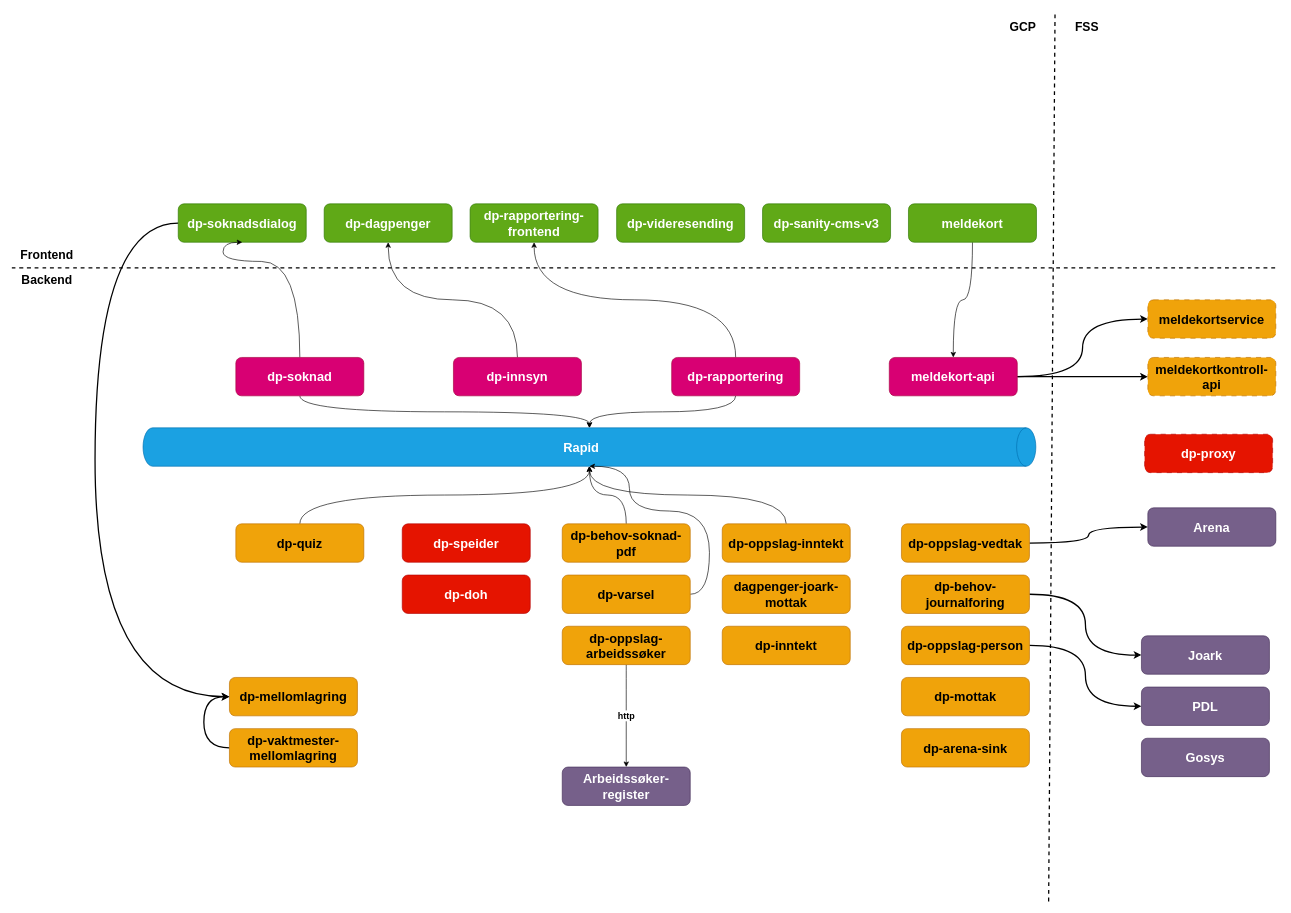
This is docs/innbyggerflater/overordnet-arkitektur.drawio from navikt/dp-dokumentasjon, a draw.io file, before an edit. Source tidied: cells renumbered, new cells numbered last; positions are measured from the earlier drawing's top-left corner, leaving out a move shared by most shapes. Both pictures are drawn from the tidied source at 64%, with x=0, y=0 at pixel (12, 0).
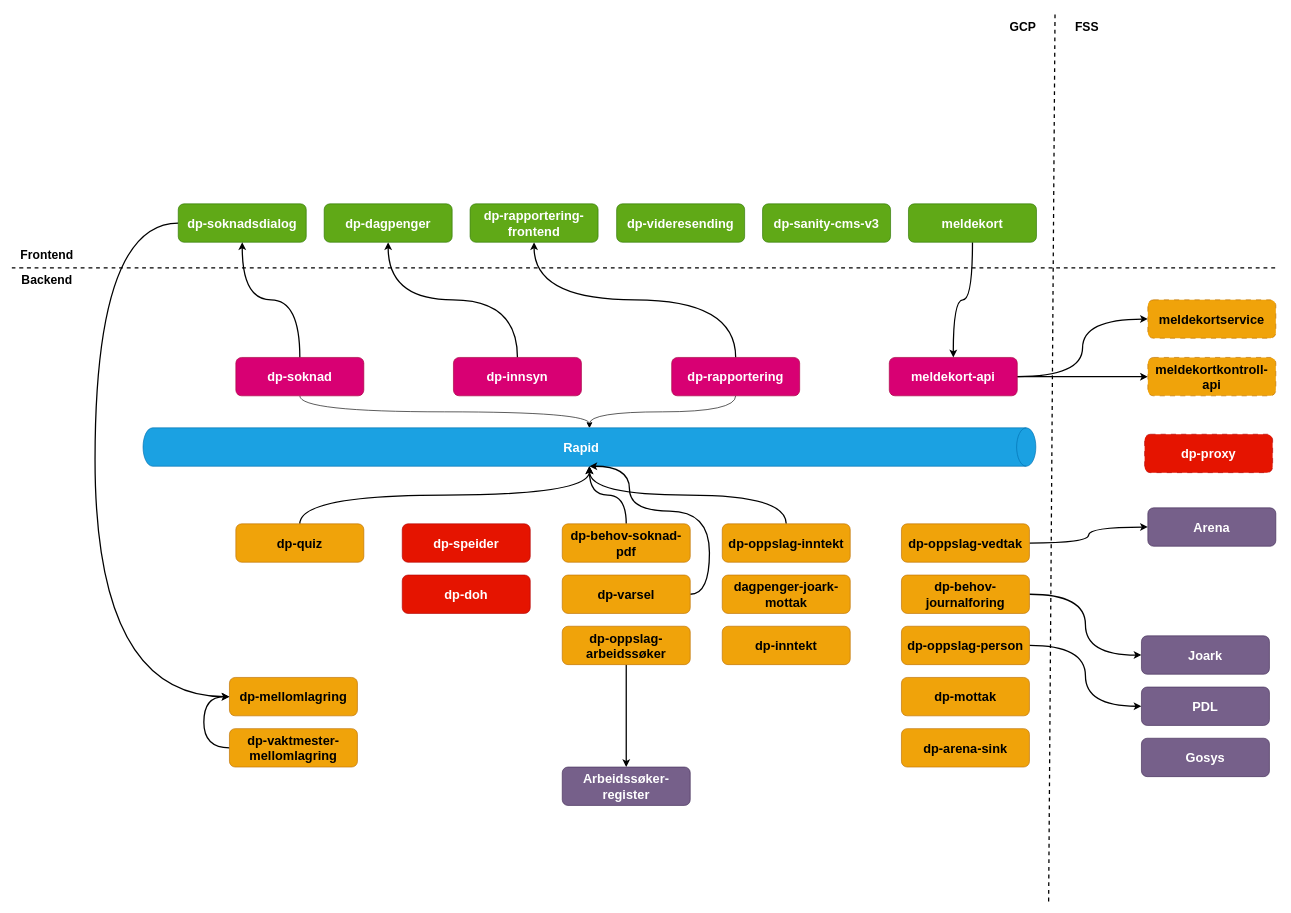
The same diagram, later.

The change refers to these unchanged cells:
```xml
<mxCell id="3" value="dp-soknadsdialog" style="rounded=1;whiteSpace=wrap;html=1;fillColor=#60a917;fontColor=#ffffff;strokeColor=#2D7600;fontSize=20;fontStyle=1;" parent="1" vertex="1">
  <mxGeometry x="260" y="318" width="200" height="60" as="geometry" />
</mxCell>
<mxCell id="6" value="dp-soknad" style="whiteSpace=wrap;html=1;rounded=1;fillColor=#d80073;fontColor=#ffffff;strokeColor=#A50040;fontSize=20;fontStyle=1;" parent="1" vertex="1">
  <mxGeometry x="350" y="558" width="200" height="60" as="geometry" />
</mxCell>
<mxCell id="8" value="dp-quiz" style="whiteSpace=wrap;html=1;rounded=1;fillColor=#f0a30a;fontColor=#000000;strokeColor=#BD7000;fontSize=20;fontStyle=1;" parent="1" vertex="1">
  <mxGeometry x="350" y="818" width="200" height="60" as="geometry" />
</mxCell>
<mxCell id="10" value="dp-behov-soknad-pdf" style="whiteSpace=wrap;html=1;rounded=1;fillColor=#f0a30a;fontColor=#000000;strokeColor=#BD7000;fontSize=20;fontStyle=1;" parent="1" vertex="1">
  <mxGeometry x="860" y="818" width="200" height="60" as="geometry" />
</mxCell>
<mxCell id="15" value="Rapid" style="shape=cylinder3;whiteSpace=wrap;html=1;boundedLbl=1;backgroundOutline=1;size=15;fontFamily=Helvetica;fontSize=20;rotation=90;horizontal=0;fillColor=#1ba1e2;strokeColor=#006EAF;fontColor=#ffffff;fontStyle=1;" parent="1" vertex="1">
  <mxGeometry x="872.5" y="0.5" width="60" height="1395" as="geometry" />
</mxCell>
<mxCell id="25" value="dp-oppslag-arbeidssøker" style="rounded=1;whiteSpace=wrap;html=1;fontFamily=Helvetica;fontSize=20;fontColor=#000000;fillColor=#f0a30a;strokeColor=#BD7000;fontStyle=1;" parent="1" vertex="1">
  <mxGeometry x="860" y="978" width="200" height="60" as="geometry" />
</mxCell>
<mxCell id="26" value="Arbeidssøker-register" style="rounded=1;whiteSpace=wrap;html=1;fontFamily=Helvetica;fontSize=20;fontColor=#ffffff;fillColor=#76608a;strokeColor=#432D57;fontStyle=1;" parent="1" vertex="1">
  <mxGeometry x="860" y="1198" width="200" height="60" as="geometry" />
</mxCell>
<mxCell id="31" value="dp-innsyn" style="whiteSpace=wrap;html=1;fontSize=20;rounded=1;fillColor=#d80073;fontColor=#ffffff;strokeColor=#A50040;fontStyle=1;" parent="1" vertex="1">
  <mxGeometry x="690" y="558" width="200" height="60" as="geometry" />
</mxCell>
<mxCell id="32" value="dp-dagpenger" style="whiteSpace=wrap;html=1;rounded=1;fillColor=#60a917;fontColor=#ffffff;strokeColor=#2D7600;fontSize=20;fontStyle=1;" parent="1" vertex="1">
  <mxGeometry x="488" y="318" width="200" height="60" as="geometry" />
</mxCell>
<mxCell id="35" value="dp-rapportering" style="whiteSpace=wrap;html=1;fontSize=20;rounded=1;fillColor=#d80073;fontColor=#ffffff;strokeColor=#A50040;fontStyle=1;" parent="1" vertex="1">
  <mxGeometry x="1031" y="558" width="200" height="60" as="geometry" />
</mxCell>
<mxCell id="36" value="dp-rapportering-frontend" style="whiteSpace=wrap;html=1;fontSize=20;rounded=1;fillColor=#60a917;fontColor=#ffffff;strokeColor=#2D7600;fontStyle=1;" parent="1" vertex="1">
  <mxGeometry x="716" y="318" width="200" height="60" as="geometry" />
</mxCell>
<mxCell id="39" value="meldekort-api" style="whiteSpace=wrap;html=1;fontSize=20;rounded=1;fillColor=#d80073;fontColor=#ffffff;strokeColor=#A50040;fontStyle=1;" parent="1" vertex="1">
  <mxGeometry x="1371" y="558" width="200" height="60" as="geometry" />
</mxCell>
<mxCell id="41" value="meldekort" style="whiteSpace=wrap;html=1;fontSize=20;rounded=1;fillColor=#60a917;fontColor=#ffffff;strokeColor=#2D7600;fontStyle=1;" parent="1" vertex="1">
  <mxGeometry x="1401" y="318" width="200" height="60" as="geometry" />
</mxCell>
<mxCell id="51" value="dp-varsel" style="whiteSpace=wrap;html=1;fontSize=20;rounded=1;fillColor=#f0a30a;fontColor=#000000;strokeColor=#BD7000;fontStyle=1;" parent="1" vertex="1">
  <mxGeometry x="860" y="898" width="200" height="60" as="geometry" />
</mxCell>
<mxCell id="60" value="dp-oppslag-inntekt" style="rounded=1;whiteSpace=wrap;html=1;fontFamily=Helvetica;fontSize=20;fontColor=#000000;fillColor=#f0a30a;strokeColor=#BD7000;fontStyle=1;" parent="1" vertex="1">
  <mxGeometry x="1110" y="818" width="200" height="60" as="geometry" />
</mxCell>
```

What changed in the source:
```diff
@@
-    <mxCell id="5" style="edgeStyle=orthogonalEdgeStyle;shape=connector;curved=1;rounded=1;html=1;entryX=0.5;entryY=1;entryDx=0;entryDy=0;labelBackgroundColor=default;strokeColor=default;fontFamily=Helvetica;fontSize=10;fontColor=default;endArrow=classic;fontStyle=0;" parent="1" edge="1" source="6" target="3">
-      <mxGeometry relative="1" as="geometry">
-        <Array as="points">
-          <mxPoint x="450" y="408" />
-          <mxPoint x="330" y="408" />
-        </Array>
-      </mxGeometry>
+    <mxCell id="5" style="edgeStyle=orthogonalEdgeStyle;curved=1;html=1;entryX=0.5;entryY=1;entryDx=0;entryDy=0;strokeWidth=2;fontSize=20;" parent="1" edge="1" source="6" target="3">
+      <mxGeometry relative="1" as="geometry" />
     </mxCell>
@@
-    <mxCell id="7" style="edgeStyle=orthogonalEdgeStyle;shape=connector;curved=1;rounded=1;html=1;entryX=1;entryY=0.5;entryDx=0;entryDy=0;entryPerimeter=0;labelBackgroundColor=default;strokeColor=default;fontFamily=Helvetica;fontSize=14;fontColor=default;endArrow=classic;fontStyle=1;" parent="1" edge="1" source="8" target="15">
+    <mxCell id="7" style="edgeStyle=orthogonalEdgeStyle;curved=1;html=1;strokeWidth=2;fontSize=20;" parent="1" edge="1" source="8" target="15">
       <mxGeometry relative="1" as="geometry" />
     </mxCell>
@@
-    <mxCell id="9" style="edgeStyle=orthogonalEdgeStyle;shape=connector;curved=1;rounded=1;html=1;entryX=1;entryY=0.5;entryDx=0;entryDy=0;entryPerimeter=0;labelBackgroundColor=default;strokeColor=default;fontFamily=Helvetica;fontSize=14;fontColor=default;endArrow=classic;fontStyle=1;" parent="1" edge="1" source="10" target="15">
+    <mxCell id="9" style="edgeStyle=orthogonalEdgeStyle;shape=connector;curved=1;rounded=1;html=1;entryX=1;entryY=0.5;entryDx=0;entryDy=0;entryPerimeter=0;labelBackgroundColor=default;strokeColor=default;fontFamily=Helvetica;fontSize=14;fontColor=default;endArrow=classic;fontStyle=1;strokeWidth=2;" parent="1" edge="1" source="10" target="15">
       <mxGeometry relative="1" as="geometry" />
     </mxCell>
@@
-    <mxCell id="11" style="edgeStyle=orthogonalEdgeStyle;shape=connector;curved=1;rounded=1;html=1;entryX=1;entryY=0.5;entryDx=0;entryDy=0;entryPerimeter=0;labelBackgroundColor=default;strokeColor=default;fontFamily=Helvetica;fontSize=14;fontColor=default;endArrow=classic;fontStyle=1;startArrow=none;" parent="1" edge="1" source="60" target="15">
+    <mxCell id="11" style="edgeStyle=orthogonalEdgeStyle;shape=connector;curved=1;rounded=1;html=1;entryX=1;entryY=0.5;entryDx=0;entryDy=0;entryPerimeter=0;labelBackgroundColor=default;strokeColor=default;fontFamily=Helvetica;fontSize=14;fontColor=default;endArrow=classic;fontStyle=1;startArrow=none;strokeWidth=2;" parent="1" edge="1" source="60" target="15">
       <mxGeometry relative="1" as="geometry" />
     </mxCell>
@@
-    <mxCell id="24" value="http" style="edgeStyle=orthogonalEdgeStyle;shape=connector;curved=1;rounded=1;html=1;entryX=0.5;entryY=0;entryDx=0;entryDy=0;labelBackgroundColor=default;strokeColor=default;fontFamily=Helvetica;fontSize=14;fontColor=default;endArrow=classic;fontStyle=1;" parent="1" edge="1" source="25" target="26">
+    <mxCell id="24" style="edgeStyle=orthogonalEdgeStyle;curved=1;html=1;entryX=0.5;entryY=0;entryDx=0;entryDy=0;strokeWidth=2;fontSize=20;" parent="1" edge="1" source="25" target="26">
       <mxGeometry relative="1" as="geometry" />
     </mxCell>
@@
-    <mxCell id="30" style="edgeStyle=orthogonalEdgeStyle;shape=connector;curved=1;rounded=1;html=1;entryX=0.5;entryY=1;entryDx=0;entryDy=0;labelBackgroundColor=default;strokeColor=default;fontFamily=Helvetica;fontSize=10;fontColor=default;endArrow=classic;fontStyle=0;exitX=0.5;exitY=0;exitDx=0;exitDy=0;" parent="1" edge="1" source="31" target="32">
+    <mxCell id="30" style="edgeStyle=orthogonalEdgeStyle;shape=connector;curved=1;rounded=1;html=1;entryX=0.5;entryY=1;entryDx=0;entryDy=0;labelBackgroundColor=default;strokeColor=default;fontFamily=Helvetica;fontSize=10;fontColor=default;endArrow=classic;fontStyle=0;exitX=0.5;exitY=0;exitDx=0;exitDy=0;strokeWidth=2;" parent="1" edge="1" source="31" target="32">
       <mxGeometry relative="1" as="geometry" />
     </mxCell>
@@
-    <mxCell id="33" style="edgeStyle=orthogonalEdgeStyle;shape=connector;curved=1;rounded=1;html=1;labelBackgroundColor=default;strokeColor=default;fontFamily=Helvetica;fontSize=14;fontColor=default;endArrow=classic;fontStyle=1;exitX=0.5;exitY=0;exitDx=0;exitDy=0;" parent="1" edge="1" source="35" target="36">
+    <mxCell id="33" style="edgeStyle=orthogonalEdgeStyle;shape=connector;curved=1;rounded=1;html=1;labelBackgroundColor=default;strokeColor=default;fontFamily=Helvetica;fontSize=14;fontColor=default;endArrow=classic;fontStyle=1;exitX=0.5;exitY=0;exitDx=0;exitDy=0;strokeWidth=2;" parent="1" edge="1" source="35" target="36">
       <mxGeometry relative="1" as="geometry" />
     </mxCell>
@@
-    <mxCell id="40" style="edgeStyle=orthogonalEdgeStyle;shape=connector;curved=1;rounded=1;html=1;entryX=0.5;entryY=0;entryDx=0;entryDy=0;labelBackgroundColor=default;strokeColor=default;fontFamily=Helvetica;fontSize=10;fontColor=default;endArrow=classic;fontStyle=0;" parent="1" edge="1" source="41" target="39">
+    <mxCell id="40" style="edgeStyle=orthogonalEdgeStyle;shape=connector;curved=1;rounded=1;html=1;entryX=0.5;entryY=0;entryDx=0;entryDy=0;labelBackgroundColor=default;strokeColor=default;fontFamily=Helvetica;fontSize=10;fontColor=default;endArrow=classic;fontStyle=0;strokeWidth=2;" parent="1" edge="1" source="41" target="39">
       <mxGeometry relative="1" as="geometry" />
     </mxCell>
@@
-    <mxCell id="50" style="edgeStyle=orthogonalEdgeStyle;shape=connector;curved=1;rounded=1;html=1;labelBackgroundColor=default;strokeColor=default;fontFamily=Helvetica;fontSize=14;fontColor=default;endArrow=classic;fontStyle=1;exitX=1;exitY=0.5;exitDx=0;exitDy=0;entryX=1;entryY=0.5;entryDx=0;entryDy=0;entryPerimeter=0;" parent="1" edge="1" source="51" target="15">
+    <mxCell id="50" style="edgeStyle=orthogonalEdgeStyle;shape=connector;curved=1;rounded=1;html=1;labelBackgroundColor=default;strokeColor=default;fontFamily=Helvetica;fontSize=14;fontColor=default;endArrow=classic;fontStyle=1;exitX=1;exitY=0.5;exitDx=0;exitDy=0;entryX=1;entryY=0.5;entryDx=0;entryDy=0;entryPerimeter=0;strokeWidth=2;" parent="1" edge="1" source="51" target="15">
       <mxGeometry relative="1" as="geometry">
         <Array as="points">
           <mxPoint x="1090" y="928" />
           <mxPoint x="1090" y="798" />
           <mxPoint x="965" y="798" />
         </Array>
       </mxGeometry>
     </mxCell>
```
